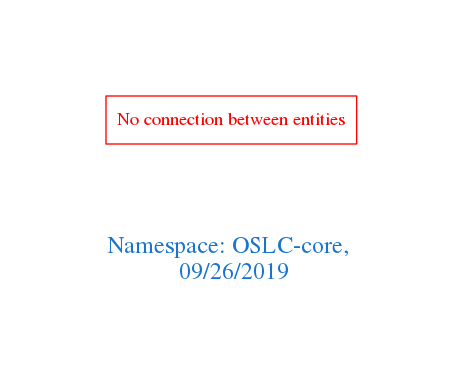
Before: downloads/OSLC-core.png, a diagram exported from Graphviz (arago/OGIT). Its source is kept beside it as downloads/OSLC-core.dot. The source it was exported from:
```dot
digraph OGIT_ontology {
 graph [ rankdir= LR,pad=1
fontsize = 18,
fontcolor= dodgerblue3,label = "\n\n\nNamespace: OSLC-core, \n 09/26/2019"];
node[shape=polygon];
edge [  color="gray81"];

"No connection between entities" [fontcolor = "red",color="red", shape="polygon"]
}
```
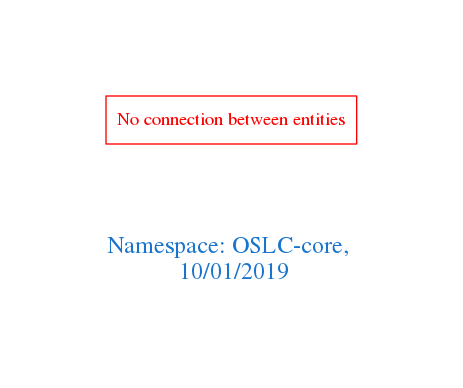
Later version of the same file.

Diff of the diagram source:
```diff
@@ -1,7 +1,7 @@
 digraph OGIT_ontology {
  graph [ rankdir= LR,pad=1
 fontsize = 18,
-fontcolor= dodgerblue3,label = "\n\n\nNamespace: OSLC-core, \n 09/26/2019"];
+fontcolor= dodgerblue3,label = "\n\n\nNamespace: OSLC-core, \n 10/01/2019"];
 node[shape=polygon];
 edge [  color="gray81"];
 
```
